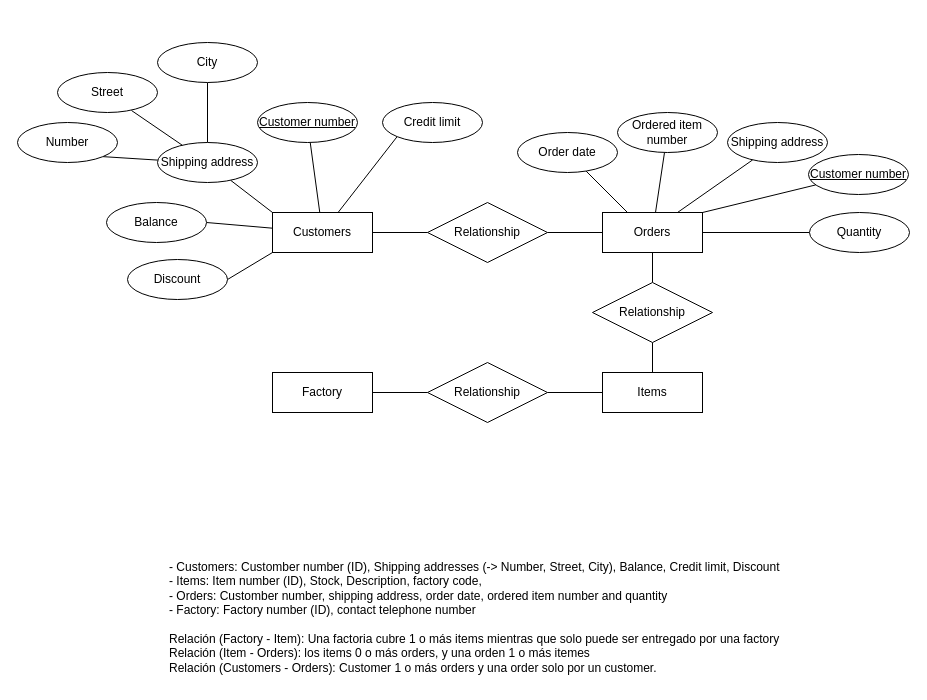
Earlier version of the draw.io diagram page "Exercise 3" (3 of 5) of ejercicio3.drawio (Maek0s/1DAM_Databases). Source tidied: cells renumbered, new cells numbered last; positions are measured from the earlier drawing's top-left corner, leaving out a move shared by most shapes. Both pictures are drawn from the tidied source at 100%, with x=0, y=0 at pixel (17, 42).
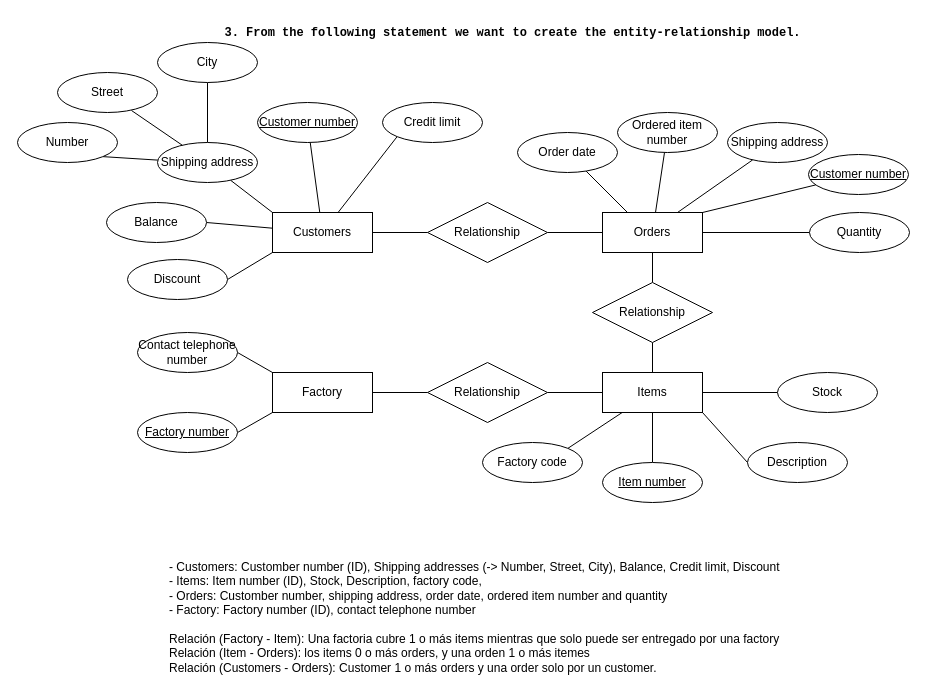
After the change.

The change refers to these unchanged cells:
```xml
<mxCell id="11" value="Items" style="whiteSpace=wrap;html=1;align=center;" parent="1" vertex="1">
  <mxGeometry x="585" y="330" width="100" height="40" as="geometry" />
</mxCell>
<mxCell id="12" value="Factory" style="whiteSpace=wrap;html=1;align=center;" parent="1" vertex="1">
  <mxGeometry x="255" y="330" width="100" height="40" as="geometry" />
</mxCell>
```

Diff of the diagram source:
```diff
@@
+    <mxCell id="42" style="rounded=0;jettySize=auto;html=1;endArrow=none;endFill=0;" parent="1" edge="1" source="11" target="50">
+      <mxGeometry relative="1" as="geometry" />
+    </mxCell>
+    <mxCell id="43" style="rounded=0;jettySize=auto;html=1;entryX=0;entryY=0.5;entryDx=0;entryDy=0;endArrow=none;endFill=0;" parent="1" edge="1" source="11" target="51">
+      <mxGeometry relative="1" as="geometry" />
+    </mxCell>
+    <mxCell id="44" style="rounded=0;jettySize=auto;html=1;entryX=1;entryY=0;entryDx=0;entryDy=0;endArrow=none;endFill=0;" parent="1" edge="1" source="11" target="53">
+      <mxGeometry relative="1" as="geometry" />
+    </mxCell>
+    <mxCell id="45" style="rounded=0;jettySize=auto;html=1;entryX=0;entryY=0.5;entryDx=0;entryDy=0;endArrow=none;endFill=0;exitX=1;exitY=1;exitDx=0;exitDy=0;" parent="1" edge="1" source="11" target="52">
+      <mxGeometry relative="1" as="geometry" />
+    </mxCell>
@@
+    <mxCell id="46" style="rounded=0;jettySize=auto;html=1;entryX=1;entryY=0.5;entryDx=0;entryDy=0;endArrow=none;endFill=0;exitX=0;exitY=1;exitDx=0;exitDy=0;" parent="1" edge="1" source="12" target="49">
+      <mxGeometry relative="1" as="geometry" />
+    </mxCell>
+    <mxCell id="47" style="rounded=0;jettySize=auto;html=1;entryX=1;entryY=0.5;entryDx=0;entryDy=0;endArrow=none;endFill=0;exitX=0;exitY=0;exitDx=0;exitDy=0;" parent="1" edge="1" source="12" target="48">
+      <mxGeometry relative="1" as="geometry" />
+    </mxCell>
@@
+    <mxCell id="48" value="Contact telephone number" style="ellipse;whiteSpace=wrap;html=1;align=center;" parent="1" vertex="1">
+      <mxGeometry x="120" y="290" width="100" height="40" as="geometry" />
+    </mxCell>
+    <mxCell id="49" value="Factory number" style="ellipse;whiteSpace=wrap;html=1;align=center;fontStyle=4;" parent="1" vertex="1">
+      <mxGeometry x="120" y="370" width="100" height="40" as="geometry" />
+    </mxCell>
+    <mxCell id="50" value="Item number" style="ellipse;whiteSpace=wrap;html=1;align=center;fontStyle=4;" parent="1" vertex="1">
+      <mxGeometry x="585" y="420" width="100" height="40" as="geometry" />
+    </mxCell>
+    <mxCell id="51" value="Stock" style="ellipse;whiteSpace=wrap;html=1;align=center;" parent="1" vertex="1">
+      <mxGeometry x="760" y="330" width="100" height="40" as="geometry" />
+    </mxCell>
+    <mxCell id="52" value="Description" style="ellipse;whiteSpace=wrap;html=1;align=center;" parent="1" vertex="1">
+      <mxGeometry x="730" y="400" width="100" height="40" as="geometry" />
+    </mxCell>
+    <mxCell id="53" value="Factory code" style="ellipse;whiteSpace=wrap;html=1;align=center;" parent="1" vertex="1">
+      <mxGeometry x="465" y="400" width="100" height="40" as="geometry" />
+    </mxCell>
+    <mxCell id="54" value="&lt;b&gt;&lt;font face=&quot;Courier New&quot;&gt;3. From the following statement we want to create the entity-relationship model.&lt;/font&gt;&lt;/b&gt;" style="text;html=1;align=center;verticalAlign=middle;strokeColor=none;fillColor=none;" parent="1" vertex="1">
+      <mxGeometry x="195" y="-25" width="600" height="30" as="geometry" />
+    </mxCell>
```
